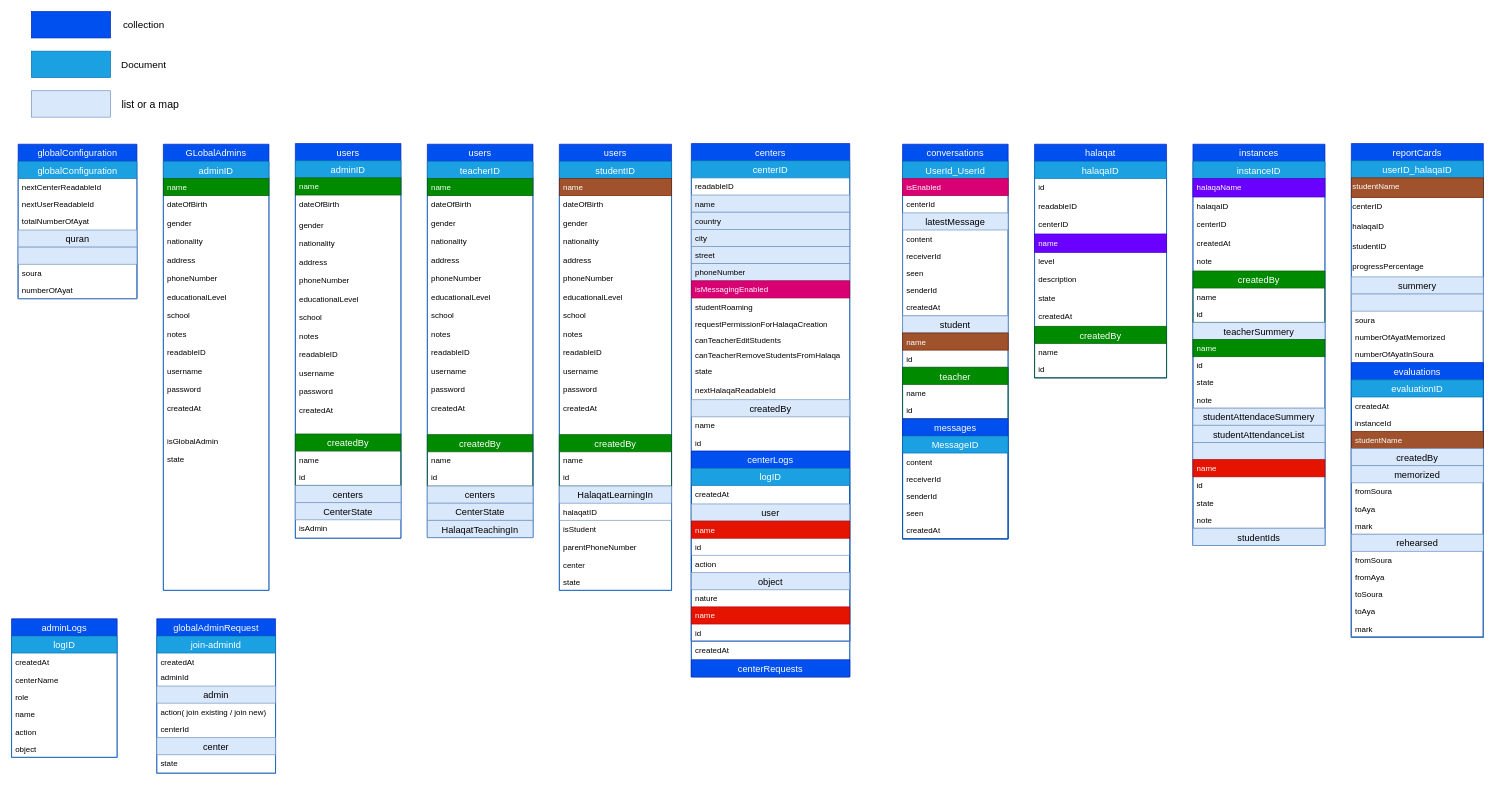
Above: page "Page-3" (3 of 3) of db_design/al halaqate.drawio in Yacine-Benali/al_halaqat (draw.io), before the change. Source tidied: cells renumbered, new cells numbered last; positions are measured from the earlier drawing's top-left corner, leaving out a move shared by most shapes. Both pictures are drawn from the tidied source at 66%, with x=0, y=0 at pixel (11, 11).
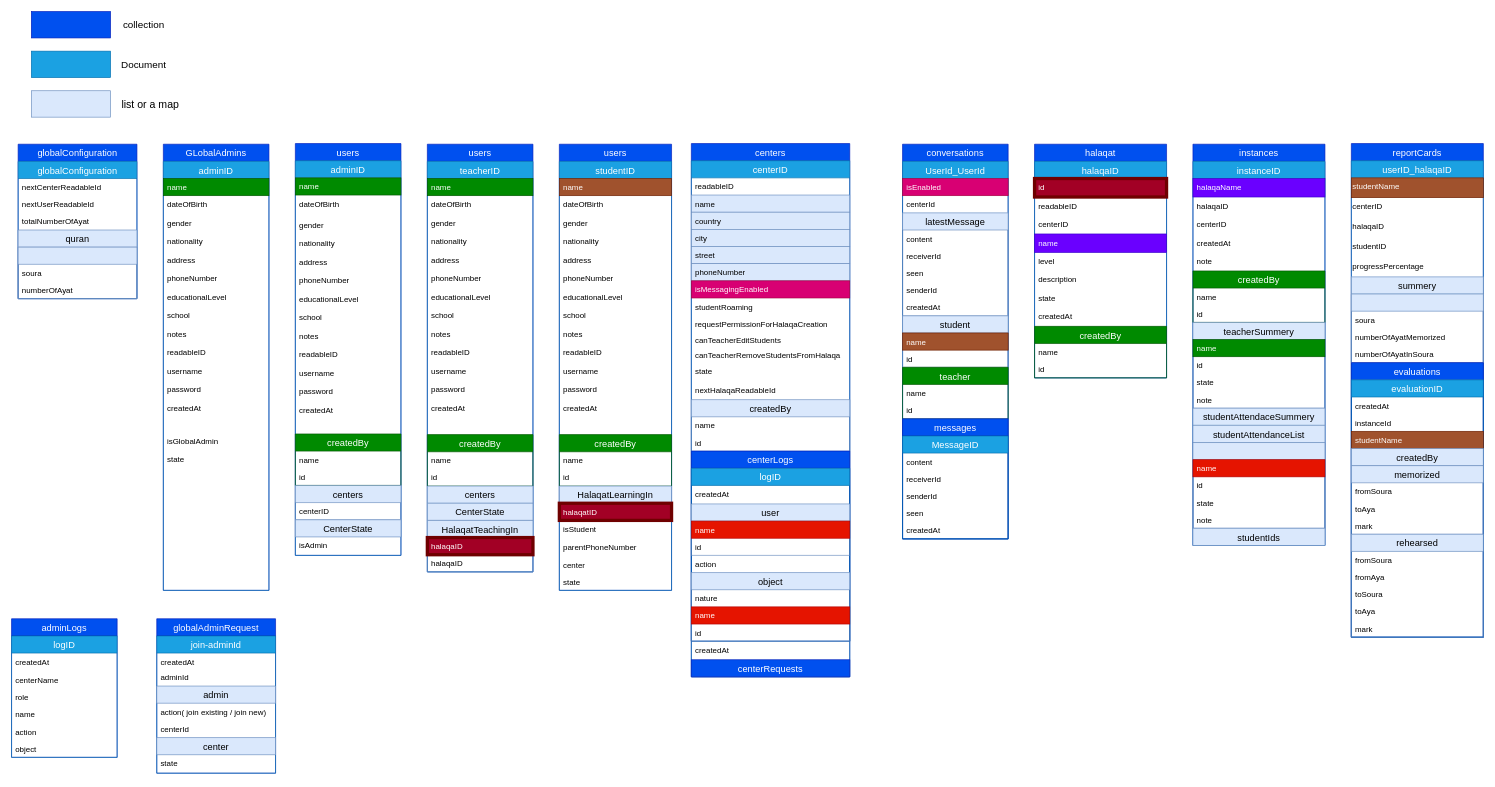
Above is the later version.

The change refers to these unchanged cells:
```xml
<mxCell id="88" value="HalaqatLearningIn" style="swimlane;fontStyle=0;horizontal=1;startSize=26;align=center;fontSize=14;fillColor=#dae8fc;strokeColor=#6c8ebf;" parent="71" vertex="1">
  <mxGeometry y="492" width="170" height="52" as="geometry" />
</mxCell>
<mxCell id="155" value="halaqaID" style="swimlane;fontStyle=0;horizontal=1;startSize=26;align=center;fontSize=14;fillColor=#1ba1e2;strokeColor=#006EAF;fontColor=#ffffff;" parent="154" vertex="1">
  <mxGeometry y="26" width="200" height="328" as="geometry" />
</mxCell>
```

Change to the diagram source:
```diff
@@
     <mxCell id="28" value="users" style="swimlane;fontStyle=0;horizontal=1;startSize=26;align=center;fontSize=14;fillColor=#0050ef;strokeColor=#001DBC;fontColor=#ffffff;" parent="1" vertex="1">
-      <mxGeometry x="430" y="200" width="160" height="598" as="geometry" />
+      <mxGeometry x="430" y="200" width="160" height="624" as="geometry" />
     </mxCell>
     <mxCell id="29" value="adminID" style="swimlane;fontStyle=0;horizontal=1;startSize=26;align=center;fontSize=14;fillColor=#1ba1e2;strokeColor=#006EAF;fontColor=#ffffff;" parent="28" vertex="1">
-      <mxGeometry y="26" width="160" height="572" as="geometry" />
+      <mxGeometry y="26" width="160" height="598" as="geometry" />
     </mxCell>
@@
-    <mxCell id="46" value="centers" style="swimlane;fontStyle=0;horizontal=1;startSize=26;align=center;fontSize=14;fillColor=#dae8fc;strokeColor=#6c8ebf;" parent="29" vertex="1" collapsed="1">
-      <mxGeometry y="492" width="160" height="26" as="geometry" />
+    <mxCell id="46" value="centers" style="swimlane;fontStyle=0;horizontal=1;startSize=26;align=center;fontSize=14;fillColor=#dae8fc;strokeColor=#6c8ebf;" parent="29" vertex="1">
+      <mxGeometry y="492" width="160" height="52" as="geometry" />
     </mxCell>
+    <mxCell id="235" value="centerID" style="text;strokeColor=none;fillColor=none;spacingLeft=4;spacingRight=4;overflow=hidden;fontSize=12;" parent="46" vertex="1">
+      <mxGeometry y="26" width="160" height="26" as="geometry" />
+    </mxCell>
     <mxCell id="47" value="CenterState" style="swimlane;fontStyle=0;horizontal=1;startSize=26;align=center;fontSize=14;fillColor=#dae8fc;strokeColor=#6c8ebf;" parent="29" vertex="1" collapsed="1">
-      <mxGeometry y="518" width="160" height="26" as="geometry" />
+      <mxGeometry y="544" width="160" height="26" as="geometry" />
     </mxCell>
     <mxCell id="48" value="isAdmin" style="text;strokeColor=none;fillColor=none;spacingLeft=4;spacingRight=4;overflow=hidden;fontSize=12;" parent="29" vertex="1">
-      <mxGeometry y="544" width="160" height="28" as="geometry" />
+      <mxGeometry y="570" width="160" height="28" as="geometry" />
     </mxCell>
     <mxCell id="49" value="users" style="swimlane;fontStyle=0;horizontal=1;startSize=26;align=center;fontSize=14;fillColor=#0050ef;strokeColor=#001DBC;fontColor=#ffffff;" parent="1" vertex="1">
-      <mxGeometry x="630" y="201" width="160" height="596" as="geometry" />
+      <mxGeometry x="630" y="201" width="160" height="648" as="geometry" />
     </mxCell>
     <mxCell id="50" value="teacherID" style="swimlane;fontStyle=0;horizontal=1;startSize=26;align=center;fontSize=14;fillColor=#1ba1e2;strokeColor=#006EAF;fontColor=#ffffff;" parent="49" vertex="1">
-      <mxGeometry y="26" width="160" height="570" as="geometry" />
+      <mxGeometry y="26" width="160" height="622" as="geometry" />
     </mxCell>
@@
-    <mxCell id="69" value="HalaqatTeachingIn" style="swimlane;fontStyle=0;horizontal=1;startSize=26;align=center;fontSize=14;fillColor=#dae8fc;strokeColor=#6c8ebf;" parent="50" vertex="1" collapsed="1">
-      <mxGeometry y="544" width="160" height="26" as="geometry" />
+    <mxCell id="69" value="HalaqatTeachingIn" style="swimlane;fontStyle=0;horizontal=1;startSize=26;align=center;fontSize=14;fillColor=#dae8fc;strokeColor=#6c8ebf;" parent="50" vertex="1">
+      <mxGeometry y="544" width="160" height="78" as="geometry" />
     </mxCell>
+    <mxCell id="236" value="halaqaID" style="text;strokeColor=#6F0000;fillColor=#a20025;spacingLeft=4;spacingRight=4;overflow=hidden;fontSize=12;fontColor=#ffffff;strokeWidth=5;" parent="69" vertex="1">
+      <mxGeometry y="26" width="160" height="26" as="geometry" />
+    </mxCell>
+    <mxCell id="237" value="halaqaID" style="text;strokeColor=none;fillColor=none;spacingLeft=4;spacingRight=4;overflow=hidden;fontSize=12;" parent="69" vertex="1">
+      <mxGeometry y="52" width="160" height="26" as="geometry" />
+    </mxCell>
@@
-    <mxCell id="89" value="halaqatID" style="text;strokeColor=none;fillColor=none;spacingLeft=4;spacingRight=4;overflow=hidden;fontSize=12;" parent="88" vertex="1">
+    <mxCell id="89" value="halaqatID" style="text;strokeColor=#6F0000;fillColor=#a20025;spacingLeft=4;spacingRight=4;overflow=hidden;fontSize=12;fontColor=#ffffff;strokeWidth=5;" parent="88" vertex="1">
       <mxGeometry y="26" width="170" height="26" as="geometry" />
     </mxCell>
@@
-    <mxCell id="156" value="id" style="text;strokeColor=none;fillColor=none;spacingLeft=4;spacingRight=4;overflow=hidden;fontSize=12;" parent="155" vertex="1">
+    <mxCell id="156" value="id" style="text;strokeColor=#6F0000;fillColor=#a20025;spacingLeft=4;spacingRight=4;overflow=hidden;fontSize=12;fontColor=#ffffff;strokeWidth=5;" parent="155" vertex="1">
       <mxGeometry y="26" width="200" height="28" as="geometry" />
     </mxCell>
```
